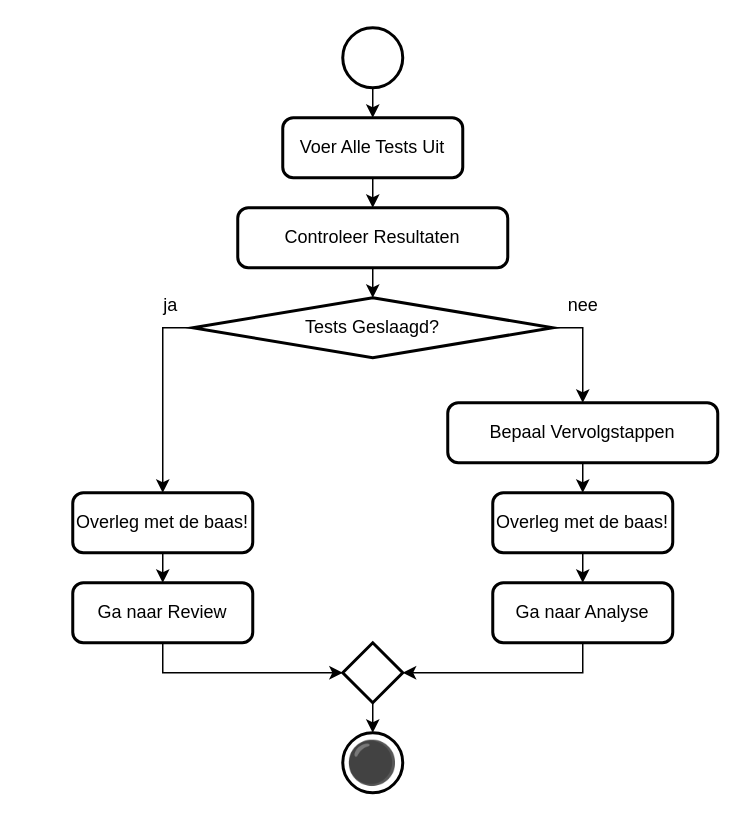
The draw.io diagram 5 Issue Tracker test.drawio in Zaibatsu89/IssueTracker, before the edit. Source tidied: cells renumbered, new cells numbered last; positions are measured from the earlier drawing's top-left corner, leaving out a move shared by most shapes. Both pictures are drawn from the tidied source at 150%, with x=0, y=0 at pixel (72, 27).
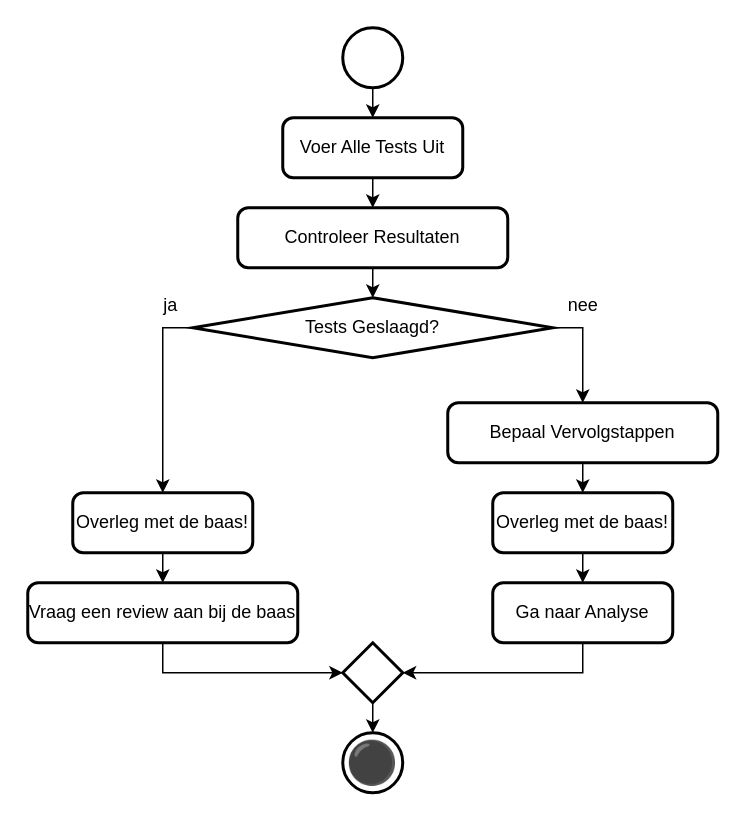
Above is the later version.

Commit message (it also covers changes not shown here):
blijf in issue status "Testen" en vraag een review aan bij opdrachtgever

Change to the diagram source:
```diff
@@
-    <mxCell id="11" value="Ga naar Review" style="rounded=1;whiteSpace=wrap;html=1;absoluteArcSize=1;arcSize=14;strokeWidth=2;" parent="1" vertex="1">
-      <mxGeometry y="370" width="120" height="40" as="geometry" />
+    <mxCell id="11" value="Vraag een review aan bij de baas" style="rounded=1;whiteSpace=wrap;html=1;absoluteArcSize=1;arcSize=14;strokeWidth=2;" parent="1" vertex="1">
+      <mxGeometry x="-30" y="370" width="180" height="40" as="geometry" />
     </mxCell>
```
